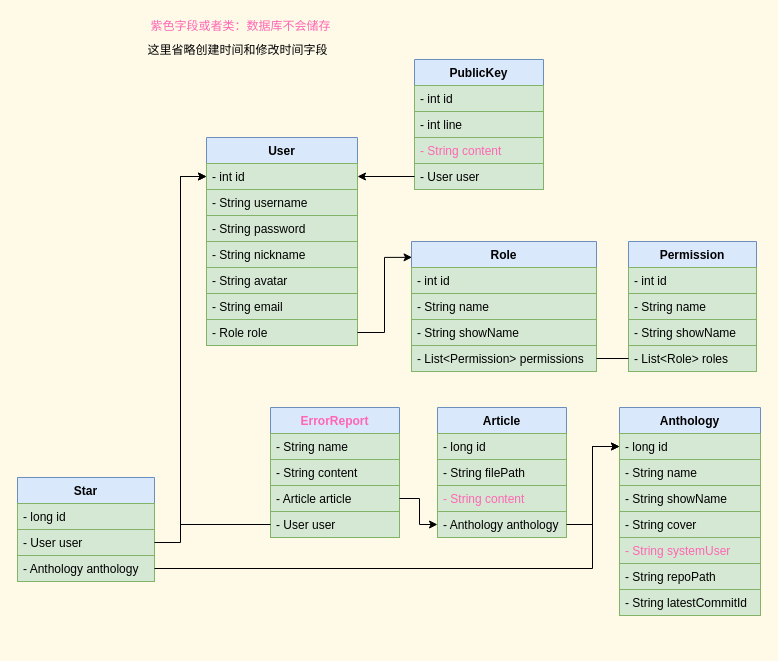
Earlier version of the draw.io diagram page "类图" (1 of 2) of server-springboot/后端类图.dio (swsk33/git-document). Source tidied: cells renumbered, new cells numbered last; positions are measured from the earlier drawing's top-left corner, leaving out a move shared by most shapes. Both pictures are drawn from the tidied source at 100%, with x=0, y=0 at pixel (17, 17).
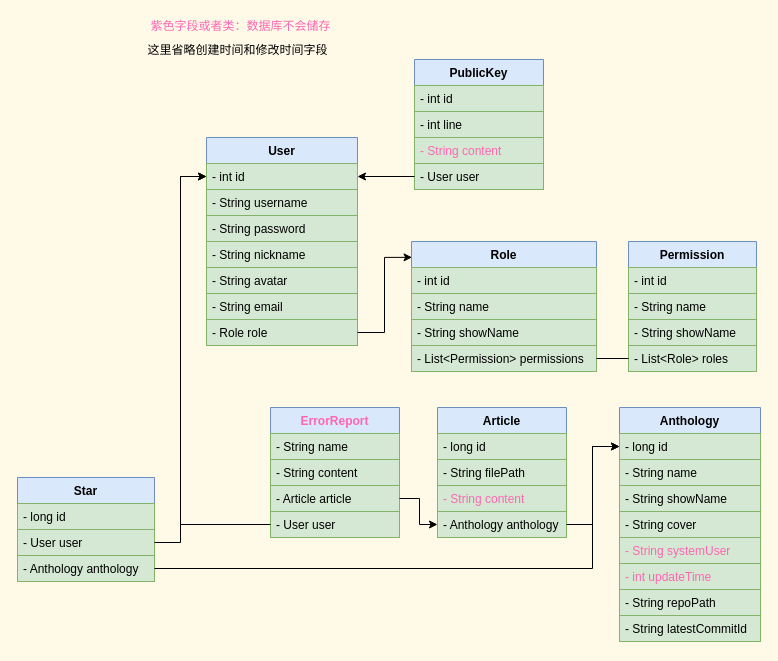
Above is the later version.

The edit, as a diff of the source:
```diff
@@
     <mxCell id="27" value="Anthology" style="swimlane;fontStyle=1;align=center;verticalAlign=top;horizontal=1;startSize=26;fillColor=#dae8fc;strokeColor=#6c8ebf;" parent="1" vertex="1">
-      <mxGeometry x="602" y="390" width="141" height="208" as="geometry" />
+      <mxGeometry x="602" y="390" width="141" height="234" as="geometry" />
     </mxCell>
@@
+    <mxCell id="57" value="- int updateTime" style="text;strokeColor=#82b366;fillColor=#d5e8d4;align=left;verticalAlign=top;spacingLeft=4;spacingRight=4;overflow=hidden;fontColor=#FF66B3;" parent="27" vertex="1">
+      <mxGeometry y="156" width="141" height="26" as="geometry" />
+    </mxCell>
     <mxCell id="33" value="- String repoPath" style="text;strokeColor=#82b366;fillColor=#d5e8d4;align=left;verticalAlign=top;spacingLeft=4;spacingRight=4;overflow=hidden;" parent="27" vertex="1">
-      <mxGeometry y="156" width="141" height="26" as="geometry" />
+      <mxGeometry y="182" width="141" height="26" as="geometry" />
     </mxCell>
     <mxCell id="34" value="- String latestCommitId" style="text;strokeColor=#82b366;fillColor=#d5e8d4;align=left;verticalAlign=top;spacingLeft=4;spacingRight=4;overflow=hidden;" parent="27" vertex="1">
-      <mxGeometry y="182" width="141" height="26" as="geometry" />
+      <mxGeometry y="208" width="141" height="26" as="geometry" />
     </mxCell>
```
